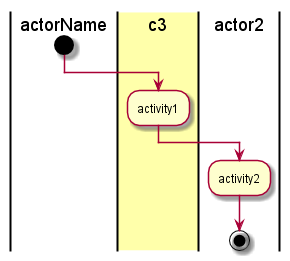
Before: docs/UseCases/Manage-Users/Activities.png, a diagram exported from PlantUML (CAADE/C3).
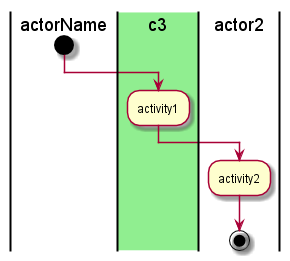
Later version of the same file.

What changed in the source:
```diff
@@ -1,7 +1,7 @@
 @startuml
 |actorName|
 start
-|#ffffaa|c3|
+|#lightgreen|c3|
 :activity1;
 |actor2|
 :activity2;
```
